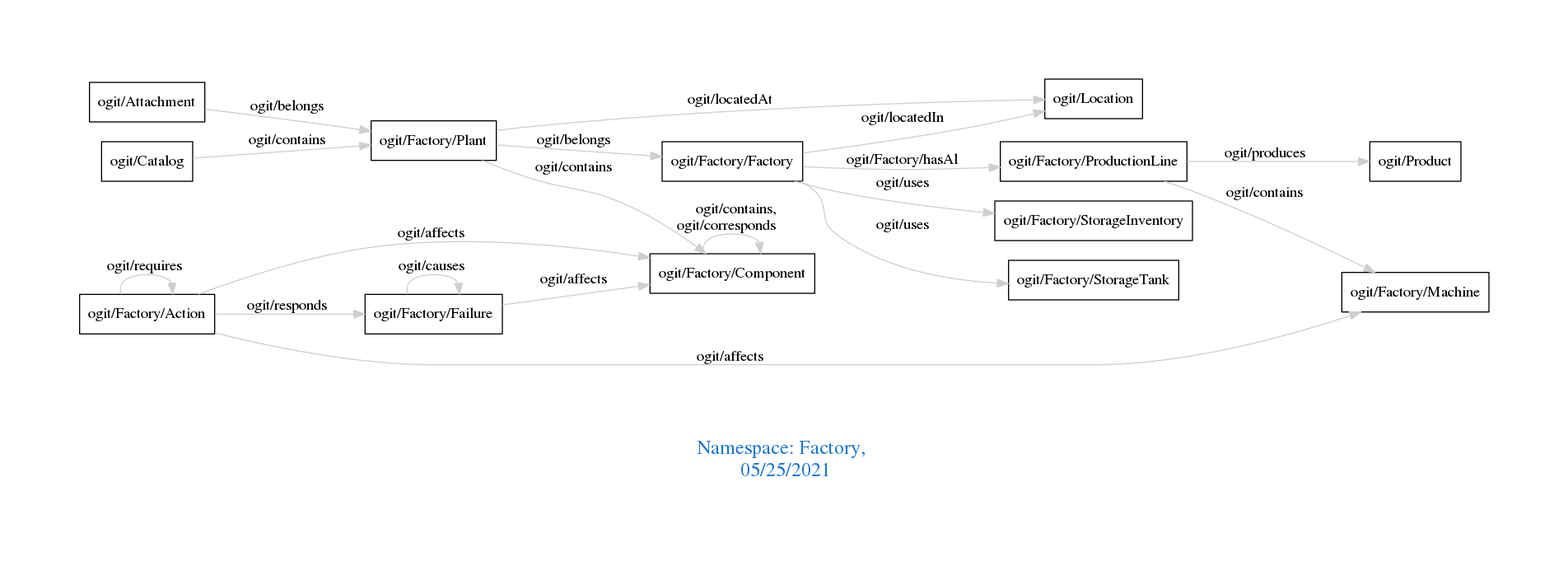
arago/OGIT keeps this Graphviz diagram as downloads/Factory.png. Above is the earlier version. Its source is kept beside it as downloads/Factory.dot.
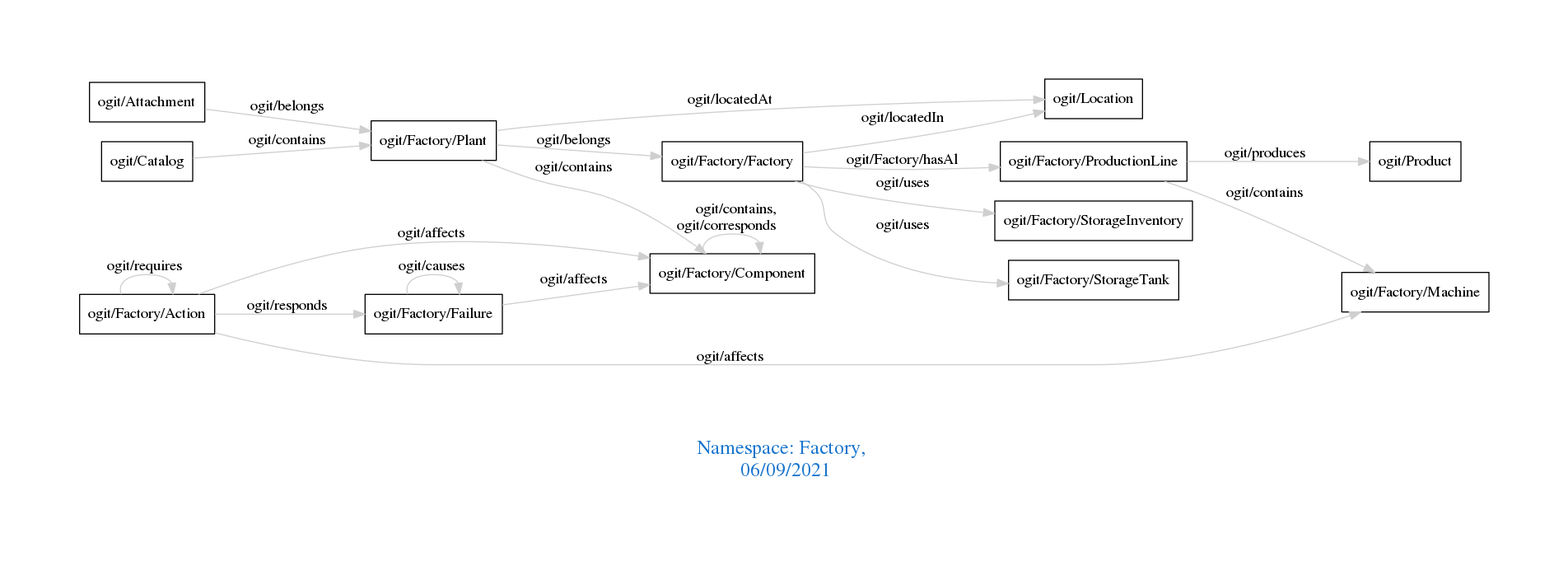
The same diagram one commit later.

Change to the diagram source:
```diff
@@ -1,7 +1,7 @@
 digraph OGIT_ontology {
  graph [ rankdir= LR,pad=1
 fontsize = 18,
-fontcolor= dodgerblue3,label = "\n\n\nNamespace: Factory, \n 05/25/2021"];
+fontcolor= dodgerblue3,label = "\n\n\nNamespace: Factory, \n 06/09/2021"];
 node[shape=polygon];
 edge [  color="gray81"];
 
```
